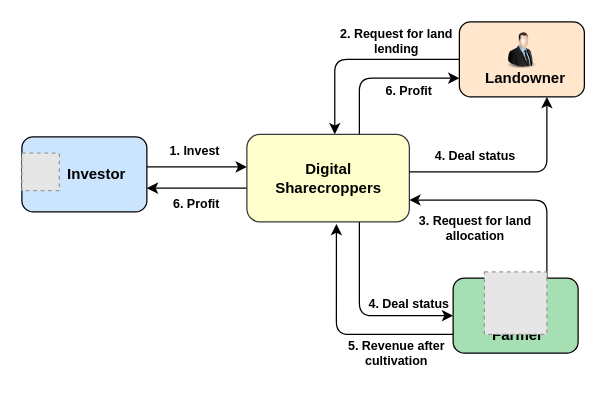
Earlier version of the draw.io diagram page "Page-4" (4 of 4) of files/Fabric-Diagrams.drawio (Arif-Shahriar028/draw.io). Source tidied: cells renumbered, new cells numbered last; positions are measured from the earlier drawing's top-left corner, leaving out a move shared by most shapes. Both pictures are drawn from the tidied source at 125%, with x=0, y=0 at pixel (21, 21). Pictures stored in the file or linked from it are replaced by grey dashed boxes.
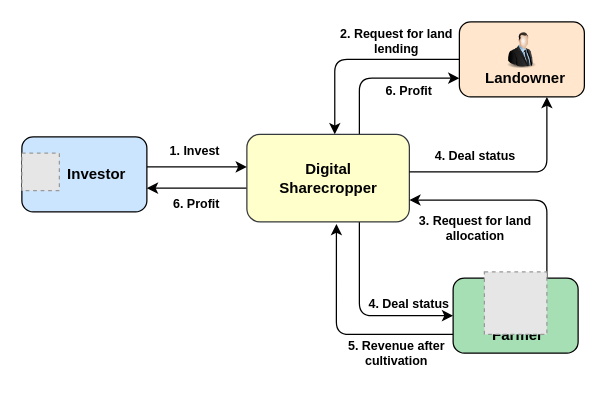
Above is the later version.

What changed in the source:
```diff
@@
-    <mxCell id="14" value="Digital Sharecroppers" style="text;html=1;strokeColor=none;fillColor=none;align=center;verticalAlign=middle;whiteSpace=wrap;rounded=1;fontStyle=1;" parent="1" vertex="1">
+    <mxCell id="14" value="Digital Sharecropper" style="text;html=1;strokeColor=none;fillColor=none;align=center;verticalAlign=middle;whiteSpace=wrap;rounded=1;fontStyle=1;" parent="1" vertex="1">
       <mxGeometry x="202.5" y="110" width="85" height="30" as="geometry" />
     </mxCell>
```
